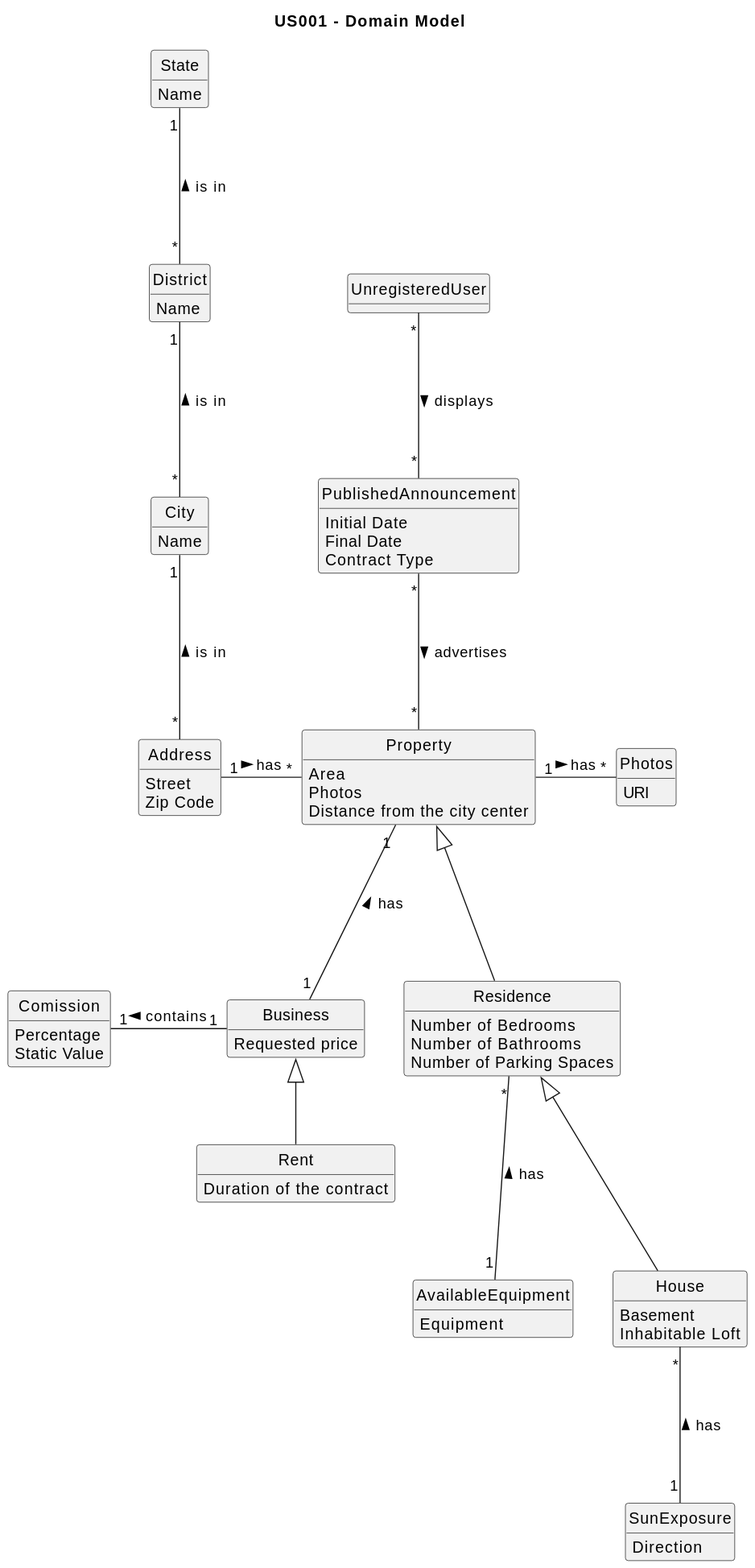
PureNimble/ISEP-LAPR2 keeps this PlantUML diagram as docs/sprintB/US01/02.analysis/svg/us01-domain-model.svg. Above is the earlier version.
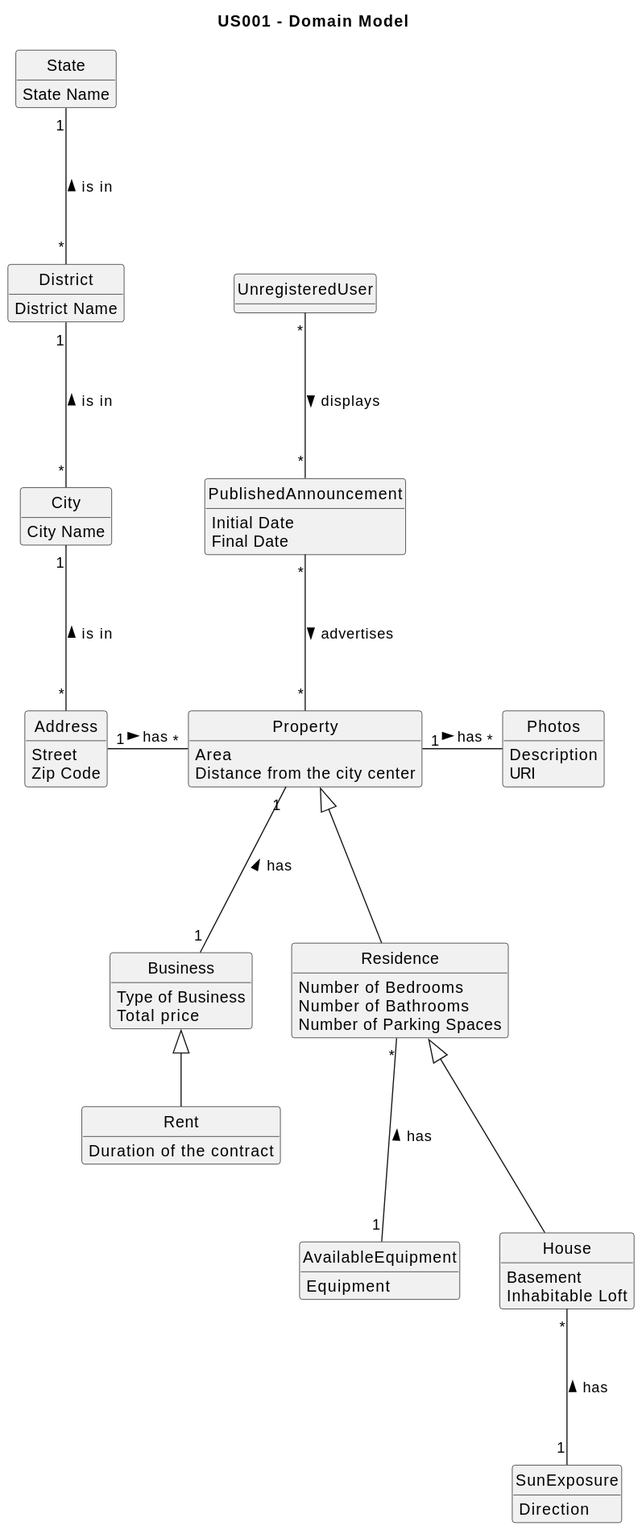
Above is the later version.

Diff of the diagram source:
```diff
@@ -19,22 +19,20 @@
 
 
 class Business {
-Requested price
+Type of Business
+Total price
 }
 
 
 class City {
-Name
-}
-
-class Comission {
-Percentage
-Static Value
+City Name
 }
 
 
+
+
 class District {
-Name
+District Name
 }
 
 
@@ -45,19 +43,19 @@
 
 
 class Photos {
+Description
 URI
 }
 
 class Property {
 Area
-Photos
 Distance from the city center
 }
 
 class PublishedAnnouncement {
 Initial Date
 Final Date
-Contract Type
+
 }
 
 
@@ -74,7 +72,7 @@
 
 
 class State {
-Name
+State Name
 }
 
 class SunExposure {
@@ -90,7 +88,6 @@
 Business <|-- Rent
 
 City "1" --- "*" Address : is in <
-Comission "1" -right- "1" Business : contains <
 
 District "1" --- "*" City : is in <
 
```
